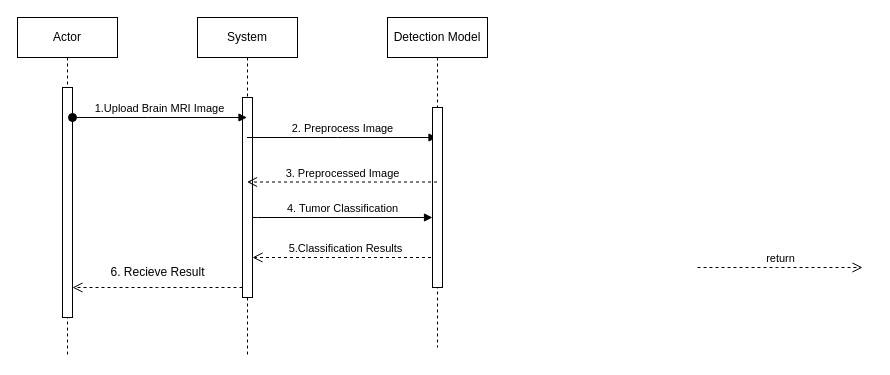
This is Untitled Diagram.drawio from rishitdass/tumor-detection, a draw.io file, before an edit. Source tidied: cells renumbered, new cells numbered last; positions are measured from the earlier drawing's top-left corner, leaving out a move shared by most shapes. Both pictures are drawn from the tidied source at 100%, with x=0, y=0 at pixel (17, 17).
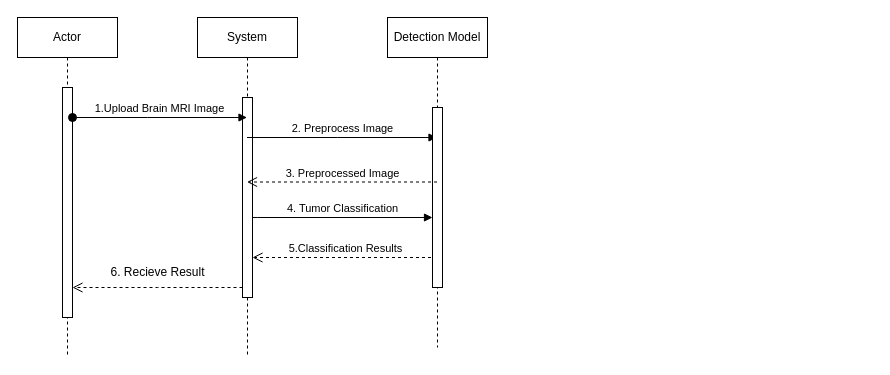
Above is the later version.

What changed in the source:
```diff
@@
-    <mxCell id="15" value="return" style="html=1;verticalAlign=bottom;endArrow=open;dashed=1;endSize=8;edgeStyle=elbowEdgeStyle;elbow=vertical;curved=0;rounded=0;" parent="1" edge="1">
-      <mxGeometry relative="1" as="geometry">
-        <mxPoint x="680" y="250" as="sourcePoint" />
-        <mxPoint x="845" y="250" as="targetPoint" />
-        <Array as="points">
-          <mxPoint x="760" y="250" />
-        </Array>
-      </mxGeometry>
-    </mxCell>
```
